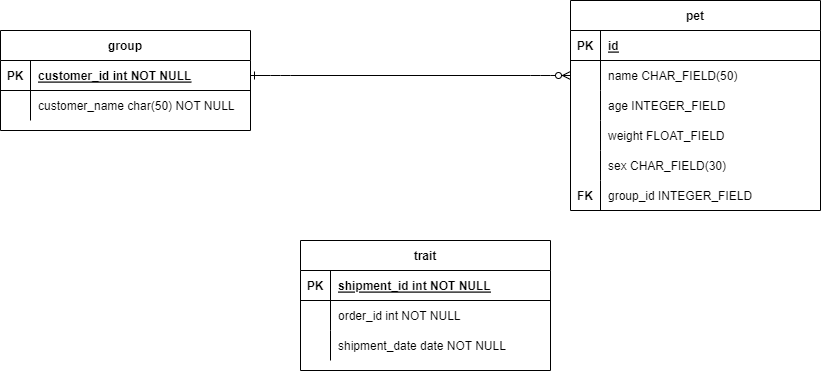
Kenzie-Academy-Brasil-Developers/m5-pet-kare-template-- keeps this draw.io diagram as DER.png. Above is the earlier version. Source tidied: cells renumbered, new cells last; positions are measured from the earlier drawing's top-left corner, leaving out a move shared by most shapes.
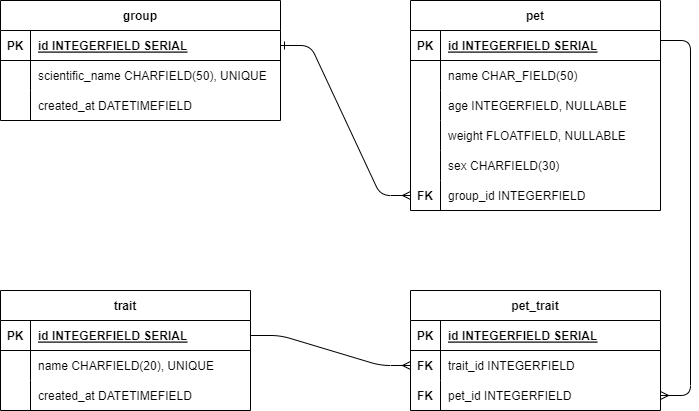
After the commit.

Change to the diagram source:
```diff
@@ -2,11 +2,11 @@
   <root>
     <mxCell id="0" />
     <mxCell id="1" parent="0" />
-    <mxCell id="2" style="edgeStyle=entityRelationEdgeStyle;endArrow=ERzeroToMany;startArrow=ERone;endFill=1;startFill=0;" parent="1" edge="1" source="33" target="7">
+    <mxCell id="2" style="edgeStyle=entityRelationEdgeStyle;endArrow=ERmany;startArrow=ERone;endFill=0;startFill=0;entryX=0;entryY=0.5;entryDx=0;entryDy=0;" parent="1" edge="1" source="33" target="19">
       <mxGeometry relative="1" as="geometry" />
     </mxCell>
     <mxCell id="3" value="pet" style="shape=table;startSize=30;rowLines=0;fontStyle=1;align=center;" parent="1" vertex="1">
-      <mxGeometry x="570" width="250" height="210" as="geometry" />
+      <mxGeometry x="430" y="-50" width="250" height="210" as="geometry" />
     </mxCell>
     <mxCell id="4" style="shape=partialRectangle;fillColor=none;top=0;left=0;right=0;bottom=1;" parent="3" vertex="1">
       <mxGeometry y="30" width="250" height="30" as="geometry" />
@@ -14,7 +14,7 @@
     <mxCell id="5" value="PK" style="shape=partialRectangle;overflow=hidden;fillColor=none;top=0;left=0;bottom=0;right=0;fontStyle=1;" parent="4" vertex="1">
       <mxGeometry width="30" height="30" as="geometry" />
     </mxCell>
-    <mxCell id="6" value="id" style="shape=partialRectangle;overflow=hidden;fillColor=none;top=0;left=0;bottom=0;right=0;align=left;spacingLeft=6;fontStyle=5;" parent="4" vertex="1">
+    <mxCell id="6" value="id INTEGERFIELD SERIAL" style="shape=partialRectangle;overflow=hidden;fillColor=none;top=0;left=0;bottom=0;right=0;align=left;spacingLeft=6;fontStyle=5;" parent="4" vertex="1">
       <mxGeometry x="30" width="220" height="30" as="geometry" />
     </mxCell>
     <mxCell id="7" style="shape=partialRectangle;fillColor=none;points=[[0,0.5],[1,0.5]];portConstraint=eastwest;top=0;left=0;right=0;bottom=0;" parent="3" vertex="1">
@@ -32,7 +32,7 @@
     <mxCell id="11" style="shape=partialRectangle;overflow=hidden;fillColor=none;top=0;left=0;bottom=0;right=0;" parent="10" vertex="1">
       <mxGeometry width="30" height="30" as="geometry" />
     </mxCell>
-    <mxCell id="12" value="age INTEGER_FIELD" style="shape=partialRectangle;overflow=hidden;fillColor=none;top=0;left=0;bottom=0;right=0;align=left;spacingLeft=6;" parent="10" vertex="1">
+    <mxCell id="12" value="age INTEGERFIELD, NULLABLE" style="shape=partialRectangle;overflow=hidden;fillColor=none;top=0;left=0;bottom=0;right=0;align=left;spacingLeft=6;" parent="10" vertex="1">
       <mxGeometry x="30" width="220" height="30" as="geometry" />
     </mxCell>
     <mxCell id="13" style="shape=partialRectangle;fillColor=none;top=0;left=0;right=0;bottom=0;" parent="3" vertex="1">
@@ -41,7 +41,7 @@
     <mxCell id="14" style="shape=partialRectangle;overflow=hidden;fillColor=none;top=0;left=0;bottom=0;right=0;" parent="13" vertex="1">
       <mxGeometry width="30" height="30" as="geometry" />
     </mxCell>
-    <mxCell id="15" value="weight FLOAT_FIELD" style="shape=partialRectangle;overflow=hidden;fillColor=none;top=0;left=0;bottom=0;right=0;align=left;spacingLeft=6;" parent="13" vertex="1">
+    <mxCell id="15" value="weight FLOATFIELD, NULLABLE" style="shape=partialRectangle;overflow=hidden;fillColor=none;top=0;left=0;bottom=0;right=0;align=left;spacingLeft=6;" parent="13" vertex="1">
       <mxGeometry x="30" width="220" height="30" as="geometry" />
     </mxCell>
     <mxCell id="16" style="shape=partialRectangle;fillColor=none;top=0;left=0;right=0;bottom=0;" parent="3" vertex="1">
@@ -50,7 +50,7 @@
     <mxCell id="17" style="shape=partialRectangle;overflow=hidden;fillColor=none;top=0;left=0;bottom=0;right=0;" parent="16" vertex="1">
       <mxGeometry width="30" height="30" as="geometry" />
     </mxCell>
-    <mxCell id="18" value="sex CHAR_FIELD(30)" style="shape=partialRectangle;overflow=hidden;fillColor=none;top=0;left=0;bottom=0;right=0;align=left;spacingLeft=6;" parent="16" vertex="1">
+    <mxCell id="18" value="sex CHARFIELD(30)" style="shape=partialRectangle;overflow=hidden;fillColor=none;top=0;left=0;bottom=0;right=0;align=left;spacingLeft=6;" parent="16" vertex="1">
       <mxGeometry x="30" width="220" height="30" as="geometry" />
     </mxCell>
     <mxCell id="19" style="shape=partialRectangle;fillColor=none;points=[[0,0.5],[1,0.5]];portConstraint=eastwest;top=0;left=0;right=0;bottom=0;" parent="3" vertex="1">
@@ -59,11 +59,11 @@
     <mxCell id="20" value="FK" style="shape=partialRectangle;overflow=hidden;fillColor=none;top=0;left=0;bottom=0;right=0;fontStyle=1;" parent="19" vertex="1">
       <mxGeometry width="30" height="30" as="geometry" />
     </mxCell>
-    <mxCell id="21" value="group_id INTEGER_FIELD" style="shape=partialRectangle;overflow=hidden;fillColor=none;top=0;left=0;bottom=0;right=0;align=left;spacingLeft=6;" parent="19" vertex="1">
+    <mxCell id="21" value="group_id INTEGERFIELD" style="shape=partialRectangle;overflow=hidden;fillColor=none;top=0;left=0;bottom=0;right=0;align=left;spacingLeft=6;" parent="19" vertex="1">
       <mxGeometry x="30" width="220" height="30" as="geometry" />
     </mxCell>
     <mxCell id="22" value="trait" style="shape=table;startSize=30;rowLines=0;fontStyle=1;align=center;" parent="1" vertex="1">
-      <mxGeometry x="300" y="240" width="250" height="130" as="geometry" />
+      <mxGeometry x="20" y="240" width="250" height="120" as="geometry" />
     </mxCell>
     <mxCell id="23" style="shape=partialRectangle;fillColor=none;points=[[0,0.5],[1,0.5]];portConstraint=eastwest;top=0;left=0;right=0;bottom=1;" parent="22" vertex="1">
       <mxGeometry y="30" width="250" height="30" as="geometry" />
@@ -71,7 +71,7 @@
     <mxCell id="24" value="PK" style="shape=partialRectangle;overflow=hidden;fillColor=none;top=0;left=0;bottom=0;right=0;fontStyle=1;" parent="23" vertex="1">
       <mxGeometry width="30" height="30" as="geometry" />
     </mxCell>
-    <mxCell id="25" value="shipment_id int NOT NULL " style="shape=partialRectangle;overflow=hidden;fillColor=none;top=0;left=0;bottom=0;right=0;align=left;spacingLeft=6;fontStyle=5;" parent="23" vertex="1">
+    <mxCell id="25" value="id INTEGERFIELD SERIAL" style="shape=partialRectangle;overflow=hidden;fillColor=none;top=0;left=0;bottom=0;right=0;align=left;spacingLeft=6;fontStyle=5;" parent="23" vertex="1">
       <mxGeometry x="30" width="220" height="30" as="geometry" />
     </mxCell>
     <mxCell id="26" style="shape=partialRectangle;fillColor=none;top=0;left=0;right=0;bottom=0;" parent="22" vertex="1">
@@ -80,7 +80,7 @@
     <mxCell id="27" style="shape=partialRectangle;overflow=hidden;fillColor=none;top=0;left=0;bottom=0;right=0;" parent="26" vertex="1">
       <mxGeometry width="30" height="30" as="geometry" />
     </mxCell>
-    <mxCell id="28" value="order_id int NOT NULL" style="shape=partialRectangle;overflow=hidden;fillColor=none;top=0;left=0;bottom=0;right=0;align=left;spacingLeft=6;" parent="26" vertex="1">
+    <mxCell id="28" value="name CHARFIELD(20), UNIQUE" style="shape=partialRectangle;overflow=hidden;fillColor=none;top=0;left=0;bottom=0;right=0;align=left;spacingLeft=6;" parent="26" vertex="1">
       <mxGeometry x="30" width="220" height="30" as="geometry" />
     </mxCell>
     <mxCell id="29" style="shape=partialRectangle;fillColor=none;top=0;left=0;right=0;bottom=0;" parent="22" vertex="1">
@@ -89,29 +89,76 @@
     <mxCell id="30" style="shape=partialRectangle;overflow=hidden;fillColor=none;top=0;left=0;bottom=0;right=0;" parent="29" vertex="1">
       <mxGeometry width="30" height="30" as="geometry" />
     </mxCell>
-    <mxCell id="31" value="shipment_date date NOT NULL" style="shape=partialRectangle;overflow=hidden;fillColor=none;top=0;left=0;bottom=0;right=0;align=left;spacingLeft=6;" parent="29" vertex="1">
+    <mxCell id="31" value="created_at DATETIMEFIELD" style="shape=partialRectangle;overflow=hidden;fillColor=none;top=0;left=0;bottom=0;right=0;align=left;spacingLeft=6;" parent="29" vertex="1">
       <mxGeometry x="30" width="220" height="30" as="geometry" />
     </mxCell>
     <mxCell id="32" value="group" style="shape=table;startSize=30;rowLines=0;fontStyle=1;align=center;" parent="1" vertex="1">
-      <mxGeometry y="30" width="250" height="100" as="geometry" />
+      <mxGeometry x="20" y="-50" width="280" height="120" as="geometry" />
     </mxCell>
     <mxCell id="33" style="shape=partialRectangle;fillColor=none;points=[[0,0.5],[1,0.5]];portConstraint=eastwest;top=0;left=0;right=0;bottom=1;" parent="32" vertex="1">
-      <mxGeometry y="30" width="250" height="30" as="geometry" />
+      <mxGeometry y="30" width="280" height="30" as="geometry" />
     </mxCell>
     <mxCell id="34" value="PK" style="shape=partialRectangle;overflow=hidden;fillColor=none;top=0;left=0;bottom=0;right=0;fontStyle=1;" parent="33" vertex="1">
       <mxGeometry width="30" height="30" as="geometry" />
     </mxCell>
-    <mxCell id="35" value="customer_id int NOT NULL " style="shape=partialRectangle;overflow=hidden;fillColor=none;top=0;left=0;bottom=0;right=0;align=left;spacingLeft=6;fontStyle=5;" parent="33" vertex="1">
-      <mxGeometry x="30" width="220" height="30" as="geometry" />
+    <mxCell id="35" value="id INTEGERFIELD SERIAL" style="shape=partialRectangle;overflow=hidden;fillColor=none;top=0;left=0;bottom=0;right=0;align=left;spacingLeft=6;fontStyle=5;" parent="33" vertex="1">
+      <mxGeometry x="30" width="250" height="30" as="geometry" />
     </mxCell>
     <mxCell id="36" style="shape=partialRectangle;fillColor=none;top=0;left=0;right=0;bottom=0;" parent="32" vertex="1">
-      <mxGeometry y="60" width="250" height="30" as="geometry" />
+      <mxGeometry y="60" width="280" height="30" as="geometry" />
     </mxCell>
     <mxCell id="37" style="shape=partialRectangle;overflow=hidden;fillColor=none;top=0;left=0;bottom=0;right=0;" parent="36" vertex="1">
       <mxGeometry width="30" height="30" as="geometry" />
     </mxCell>
-    <mxCell id="38" value="customer_name char(50) NOT NULL" style="shape=partialRectangle;overflow=hidden;fillColor=none;top=0;left=0;bottom=0;right=0;align=left;spacingLeft=6;" parent="36" vertex="1">
-      <mxGeometry x="30" width="220" height="30" as="geometry" />
+    <mxCell id="38" value="scientific_name CHARFIELD(50), UNIQUE" style="shape=partialRectangle;overflow=hidden;fillColor=none;top=0;left=0;bottom=0;right=0;align=left;spacingLeft=6;" parent="36" vertex="1">
+      <mxGeometry x="30" width="250" height="30" as="geometry" />
     </mxCell>
+    <mxCell id="39" style="shape=partialRectangle;fillColor=none;top=0;left=0;right=0;bottom=0;" parent="32" vertex="1">
+      <mxGeometry y="90" width="280" height="30" as="geometry" />
+    </mxCell>
+    <mxCell id="40" style="shape=partialRectangle;overflow=hidden;fillColor=none;top=0;left=0;bottom=0;right=0;" parent="39" vertex="1">
+      <mxGeometry width="30" height="30" as="geometry" />
+    </mxCell>
+    <mxCell id="41" value="created_at DATETIMEFIELD" style="shape=partialRectangle;overflow=hidden;fillColor=none;top=0;left=0;bottom=0;right=0;align=left;spacingLeft=6;" parent="39" vertex="1">
+      <mxGeometry x="30" width="250" height="30" as="geometry" />
+    </mxCell>
+    <mxCell id="42" value="pet_trait" style="shape=table;startSize=30;rowLines=0;fontStyle=1;align=center;" parent="1" vertex="1">
+      <mxGeometry x="430" y="240" width="250" height="120" as="geometry" />
+    </mxCell>
+    <mxCell id="43" style="shape=partialRectangle;fillColor=none;top=0;left=0;right=0;bottom=1;" parent="42" vertex="1">
+      <mxGeometry y="30" width="250" height="30" as="geometry" />
+    </mxCell>
+    <mxCell id="44" value="PK" style="shape=partialRectangle;overflow=hidden;fillColor=none;top=0;left=0;bottom=0;right=0;fontStyle=1;" parent="43" vertex="1">
+      <mxGeometry width="30" height="30" as="geometry" />
+    </mxCell>
+    <mxCell id="45" value="id INTEGERFIELD SERIAL" style="shape=partialRectangle;overflow=hidden;fillColor=none;top=0;left=0;bottom=0;right=0;align=left;spacingLeft=6;fontStyle=5;" parent="43" vertex="1">
+      <mxGeometry x="30" width="220" height="30" as="geometry" />
+    </mxCell>
+    <mxCell id="46" style="shape=partialRectangle;fillColor=none;points=[[0,0.5],[1,0.5]];portConstraint=eastwest;top=0;left=0;right=0;bottom=0;" parent="42" vertex="1">
+      <mxGeometry y="60" width="250" height="30" as="geometry" />
+    </mxCell>
+    <mxCell id="47" value="FK" style="shape=partialRectangle;overflow=hidden;fillColor=none;top=0;left=0;bottom=0;right=0;fontStyle=1;" parent="46" vertex="1">
+      <mxGeometry width="30" height="30" as="geometry" />
+    </mxCell>
+    <mxCell id="48" value="trait_id INTEGERFIELD" style="shape=partialRectangle;overflow=hidden;fillColor=none;top=0;left=0;bottom=0;right=0;align=left;spacingLeft=6;" parent="46" vertex="1">
+      <mxGeometry x="30" width="220" height="30" as="geometry" />
+    </mxCell>
+    <mxCell id="49" style="shape=partialRectangle;fillColor=none;points=[[0,0.5],[1,0.5]];portConstraint=eastwest;top=0;left=0;right=0;bottom=0;" parent="42" vertex="1">
+      <mxGeometry y="90" width="250" height="30" as="geometry" />
+    </mxCell>
+    <mxCell id="50" value="FK" style="shape=partialRectangle;overflow=hidden;fillColor=none;top=0;left=0;bottom=0;right=0;fontStyle=1;" parent="49" vertex="1">
+      <mxGeometry width="30" height="30" as="geometry" />
+    </mxCell>
+    <mxCell id="51" value="pet_id INTEGERFIELD" style="shape=partialRectangle;overflow=hidden;fillColor=none;top=0;left=0;bottom=0;right=0;align=left;spacingLeft=6;" parent="49" vertex="1">
+      <mxGeometry x="30" width="220" height="30" as="geometry" />
+    </mxCell>
+    <mxCell id="52" style="edgeStyle=entityRelationEdgeStyle;endArrow=ERmany;startArrow=none;endFill=0;startFill=0;entryX=1;entryY=0.5;entryDx=0;entryDy=0;" parent="1" edge="1" target="49">
+      <mxGeometry relative="1" as="geometry">
+        <mxPoint x="680" y="-10" as="sourcePoint" />
+      </mxGeometry>
+    </mxCell>
+    <mxCell id="53" style="edgeStyle=entityRelationEdgeStyle;endArrow=ERmany;startArrow=none;endFill=0;startFill=0;entryX=0;entryY=0.5;entryDx=0;entryDy=0;exitX=1;exitY=0.5;exitDx=0;exitDy=0;" parent="1" edge="1" source="23" target="46">
+      <mxGeometry relative="1" as="geometry" />
+    </mxCell>
   </root>
 </mxGraphModel>
```
